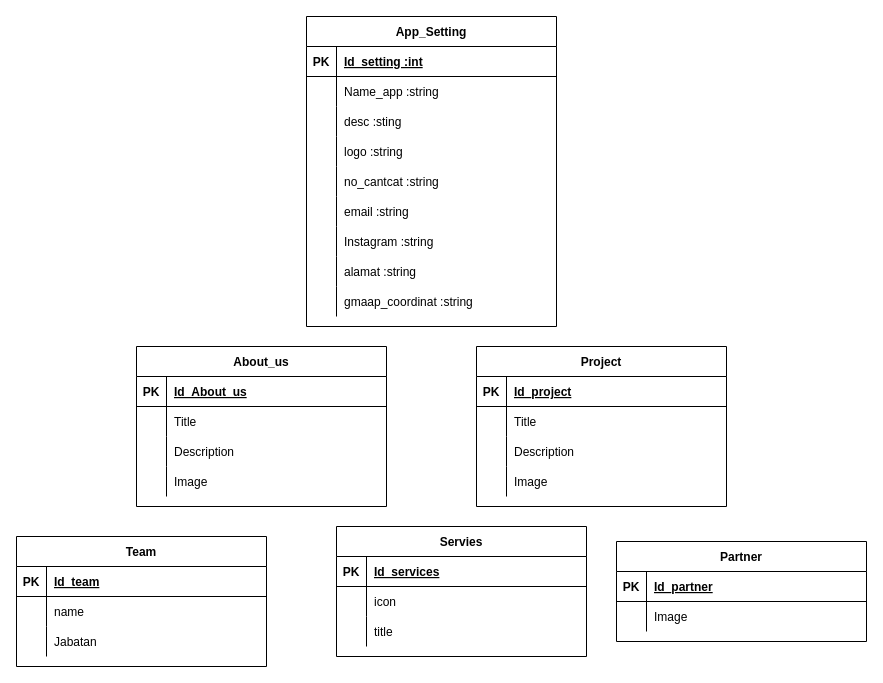
Earlier version of the draw.io diagram devgen.drawio (zzarr/Project3-design-diagram). Source tidied: cells renumbered, new cells numbered last; positions are measured from the earlier drawing's top-left corner, leaving out a move shared by most shapes. Both pictures are drawn from the tidied source at 100%, with x=0, y=0 at pixel (16, 16).
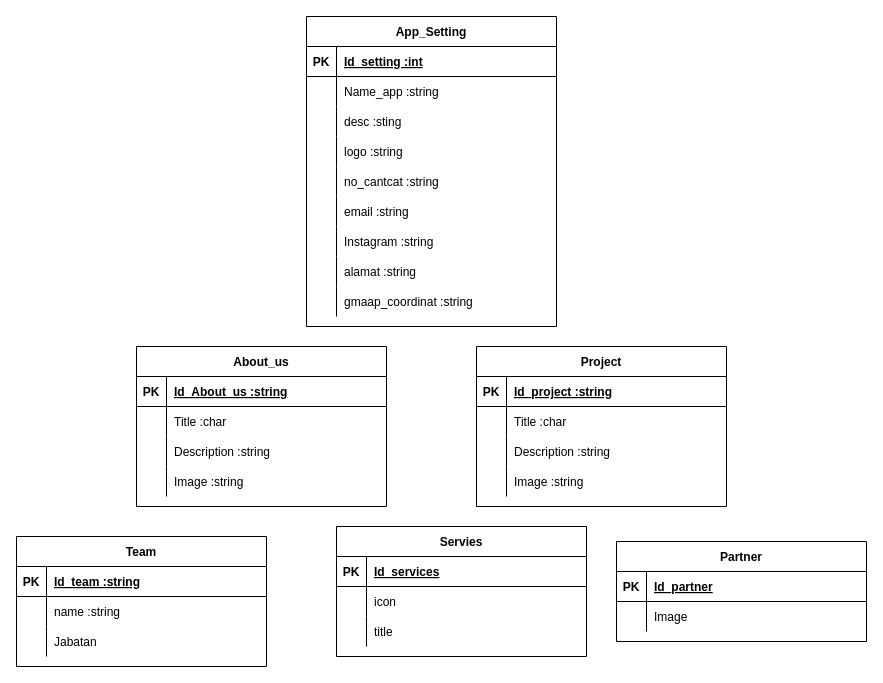
After the change.

The change refers to these unchanged cells:
```xml
<mxCell id="3" style="shape=partialRectangle;fillColor=none;top=0;left=0;right=0;bottom=1;" parent="2" vertex="1">
  <mxGeometry y="30" width="250" height="30" as="geometry" />
</mxCell>
<mxCell id="6" style="shape=partialRectangle;fillColor=none;top=0;left=0;right=0;bottom=0;" parent="2" vertex="1">
  <mxGeometry y="60" width="250" height="30" as="geometry" />
</mxCell>
<mxCell id="9" style="shape=partialRectangle;fillColor=none;top=0;left=0;right=0;bottom=0;" parent="2" vertex="1">
  <mxGeometry y="90" width="250" height="30" as="geometry" />
</mxCell>
<mxCell id="12" style="shape=partialRectangle;fillColor=none;top=0;left=0;right=0;bottom=0;" parent="2" vertex="1">
  <mxGeometry y="120" width="250" height="30" as="geometry" />
</mxCell>
<mxCell id="16" style="shape=partialRectangle;fillColor=none;top=0;left=0;right=0;bottom=1;" parent="15" vertex="1">
  <mxGeometry y="30" width="250" height="30" as="geometry" />
</mxCell>
<mxCell id="19" style="shape=partialRectangle;fillColor=none;top=0;left=0;right=0;bottom=0;" parent="15" vertex="1">
  <mxGeometry y="60" width="250" height="30" as="geometry" />
</mxCell>
<mxCell id="22" style="shape=partialRectangle;fillColor=none;top=0;left=0;right=0;bottom=0;" parent="15" vertex="1">
  <mxGeometry y="90" width="250" height="30" as="geometry" />
</mxCell>
<mxCell id="25" style="shape=partialRectangle;fillColor=none;top=0;left=0;right=0;bottom=0;" parent="15" vertex="1">
  <mxGeometry y="120" width="250" height="30" as="geometry" />
</mxCell>
<mxCell id="74" style="shape=partialRectangle;fillColor=none;top=0;left=0;right=0;bottom=1;" parent="73" vertex="1">
  <mxGeometry y="30" width="250" height="30" as="geometry" />
</mxCell>
<mxCell id="77" style="shape=partialRectangle;fillColor=none;top=0;left=0;right=0;bottom=0;" parent="73" vertex="1">
  <mxGeometry y="60" width="250" height="30" as="geometry" />
</mxCell>
```

Change to the diagram source:
```diff
@@
-    <mxCell id="5" value="Id_project" style="shape=partialRectangle;overflow=hidden;fillColor=none;top=0;left=0;bottom=0;right=0;align=left;spacingLeft=6;fontStyle=5;" parent="3" vertex="1">
+    <mxCell id="5" value="Id_project :string" style="shape=partialRectangle;overflow=hidden;fillColor=none;top=0;left=0;bottom=0;right=0;align=left;spacingLeft=6;fontStyle=5;" parent="3" vertex="1">
       <mxGeometry x="30" width="220" height="30" as="geometry" />
     </mxCell>
@@
-    <mxCell id="8" value="Title" style="shape=partialRectangle;overflow=hidden;fillColor=none;top=0;left=0;bottom=0;right=0;align=left;spacingLeft=6;" parent="6" vertex="1">
+    <mxCell id="8" value="Title :char" style="shape=partialRectangle;overflow=hidden;fillColor=none;top=0;left=0;bottom=0;right=0;align=left;spacingLeft=6;" parent="6" vertex="1">
       <mxGeometry x="30" width="220" height="30" as="geometry" />
     </mxCell>
@@
-    <mxCell id="11" value="Description" style="shape=partialRectangle;overflow=hidden;fillColor=none;top=0;left=0;bottom=0;right=0;align=left;spacingLeft=6;" parent="9" vertex="1">
+    <mxCell id="11" value="Description :string" style="shape=partialRectangle;overflow=hidden;fillColor=none;top=0;left=0;bottom=0;right=0;align=left;spacingLeft=6;" parent="9" vertex="1">
       <mxGeometry x="30" width="220" height="30" as="geometry" />
     </mxCell>
@@
-    <mxCell id="14" value="Image" style="shape=partialRectangle;overflow=hidden;fillColor=none;top=0;left=0;bottom=0;right=0;align=left;spacingLeft=6;" parent="12" vertex="1">
+    <mxCell id="14" value="Image :string" style="shape=partialRectangle;overflow=hidden;fillColor=none;top=0;left=0;bottom=0;right=0;align=left;spacingLeft=6;" parent="12" vertex="1">
       <mxGeometry x="30" width="220" height="30" as="geometry" />
     </mxCell>
@@
-    <mxCell id="18" value="Id_About_us" style="shape=partialRectangle;overflow=hidden;fillColor=none;top=0;left=0;bottom=0;right=0;align=left;spacingLeft=6;fontStyle=5;" parent="16" vertex="1">
+    <mxCell id="18" value="Id_About_us :string" style="shape=partialRectangle;overflow=hidden;fillColor=none;top=0;left=0;bottom=0;right=0;align=left;spacingLeft=6;fontStyle=5;" parent="16" vertex="1">
       <mxGeometry x="30" width="220" height="30" as="geometry" />
     </mxCell>
@@
-    <mxCell id="21" value="Title" style="shape=partialRectangle;overflow=hidden;fillColor=none;top=0;left=0;bottom=0;right=0;align=left;spacingLeft=6;" parent="19" vertex="1">
+    <mxCell id="21" value="Title :char" style="shape=partialRectangle;overflow=hidden;fillColor=none;top=0;left=0;bottom=0;right=0;align=left;spacingLeft=6;" parent="19" vertex="1">
       <mxGeometry x="30" width="220" height="30" as="geometry" />
     </mxCell>
@@
-    <mxCell id="24" value="Description" style="shape=partialRectangle;overflow=hidden;fillColor=none;top=0;left=0;bottom=0;right=0;align=left;spacingLeft=6;" parent="22" vertex="1">
+    <mxCell id="24" value="Description :string" style="shape=partialRectangle;overflow=hidden;fillColor=none;top=0;left=0;bottom=0;right=0;align=left;spacingLeft=6;" parent="22" vertex="1">
       <mxGeometry x="30" width="220" height="30" as="geometry" />
     </mxCell>
@@
-    <mxCell id="27" value="Image" style="shape=partialRectangle;overflow=hidden;fillColor=none;top=0;left=0;bottom=0;right=0;align=left;spacingLeft=6;" parent="25" vertex="1">
+    <mxCell id="27" value="Image :string" style="shape=partialRectangle;overflow=hidden;fillColor=none;top=0;left=0;bottom=0;right=0;align=left;spacingLeft=6;" parent="25" vertex="1">
       <mxGeometry x="30" width="220" height="30" as="geometry" />
     </mxCell>
@@
-    <mxCell id="76" value="Id_team" style="shape=partialRectangle;overflow=hidden;fillColor=none;top=0;left=0;bottom=0;right=0;align=left;spacingLeft=6;fontStyle=5;" parent="74" vertex="1">
+    <mxCell id="76" value="Id_team :string" style="shape=partialRectangle;overflow=hidden;fillColor=none;top=0;left=0;bottom=0;right=0;align=left;spacingLeft=6;fontStyle=5;" parent="74" vertex="1">
       <mxGeometry x="30" width="220" height="30" as="geometry" />
     </mxCell>
@@
-    <mxCell id="79" value="name" style="shape=partialRectangle;overflow=hidden;fillColor=none;top=0;left=0;bottom=0;right=0;align=left;spacingLeft=6;" parent="77" vertex="1">
+    <mxCell id="79" value="name :string" style="shape=partialRectangle;overflow=hidden;fillColor=none;top=0;left=0;bottom=0;right=0;align=left;spacingLeft=6;" parent="77" vertex="1">
       <mxGeometry x="30" width="220" height="30" as="geometry" />
     </mxCell>
```
